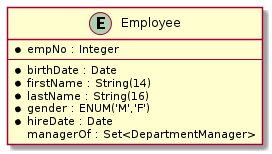
Before: images/employee-schema.png, a diagram exported from PlantUML (AnsgarNell/HR-Tool-Backend). Source of this version:
```plantuml
@startuml
entity Employee {
    * empNo : Integer
    --
    * birthDate : Date
    * firstName : String(14)
    * lastName : String(16)
    * gender : ENUM('M','F')
    * hireDate : Date
    managerOf : Set<DepartmentManager>
}
@enduml
```
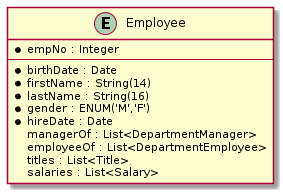
The same file after the commit.

Commit message:
Updated information about employee in entity and controller.

Diff of the diagram source:
```diff
@@ -7,6 +7,9 @@
     * lastName : String(16)
     * gender : ENUM('M','F')
     * hireDate : Date
-    managerOf : Set<DepartmentManager>
+    managerOf : List<DepartmentManager>
+    employeeOf : List<DepartmentEmployee>
+    titles : List<Title>
+    salaries : List<Salary>
 }
 @enduml
```
